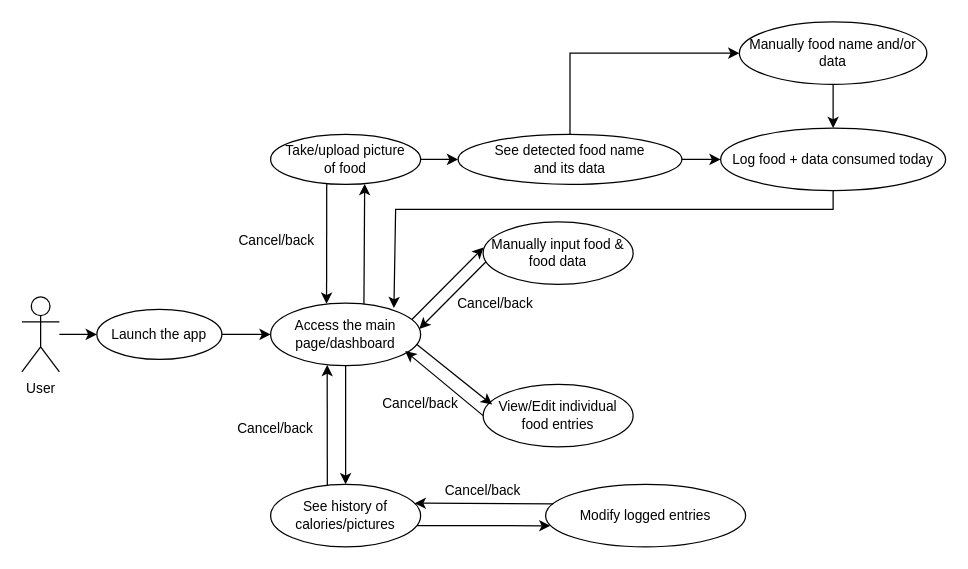
Before: Use Case Diagrams/v1.0/CV Calories v1.0.drawio in jonechong/calories-cv, a draw.io diagram. Source tidied: cells renumbered, new cells numbered last; positions are measured from the earlier drawing's top-left corner, leaving out a move shared by most shapes. Both pictures are drawn from the tidied source at 125%, with x=0, y=0 at pixel (21, 21).
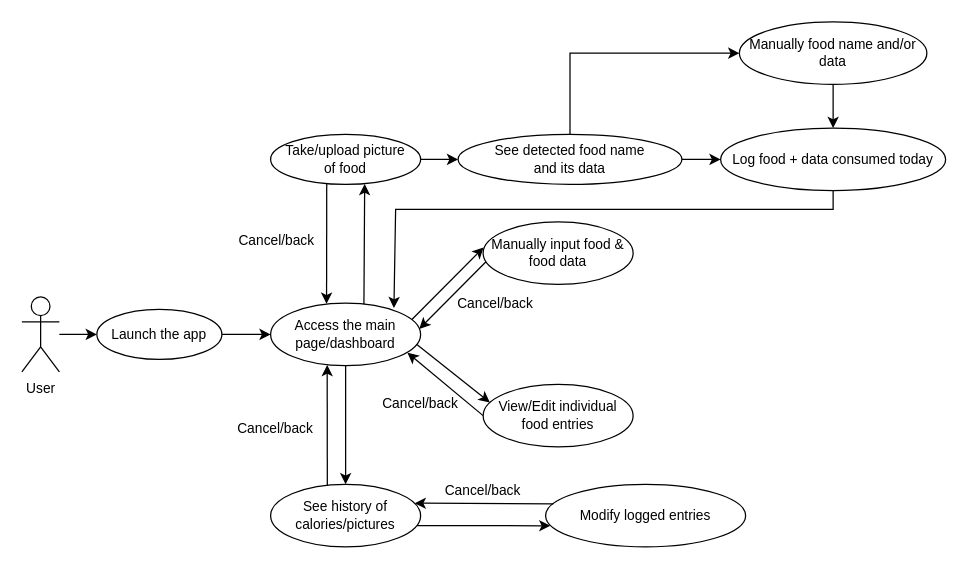
The same diagram, later.

The change refers to these unchanged cells:
```xml
<mxCell id="16" value="Access the main page/dashboard" style="ellipse;whiteSpace=wrap;html=1;fontSize=11;" parent="1" vertex="1">
  <mxGeometry x="199" y="225" width="120" height="50" as="geometry" />
</mxCell>
<mxCell id="30" value="View/Edit individual food entries" style="ellipse;whiteSpace=wrap;html=1;fontSize=11;" parent="1" vertex="1">
  <mxGeometry x="369" y="290" width="120" height="50" as="geometry" />
</mxCell>
```

Change to the diagram source:
```diff
@@
-    <mxCell id="31" style="endArrow=classic;html=1;rounded=0;exitX=0.975;exitY=0.661;exitDx=0;exitDy=0;exitPerimeter=0;entryX=0.06;entryY=0.324;entryDx=0;entryDy=0;entryPerimeter=0;" parent="1" edge="1" source="16" target="30">
+    <mxCell id="31" style="endArrow=classic;html=1;rounded=0;exitX=0.975;exitY=0.661;exitDx=0;exitDy=0;exitPerimeter=0;entryX=0.045;entryY=0.29;entryDx=0;entryDy=0;entryPerimeter=0;" parent="1" edge="1" source="16" target="30">
       <mxGeometry relative="1" as="geometry" />
     </mxCell>
-    <mxCell id="32" style="endArrow=classic;html=1;rounded=0;exitX=0;exitY=0.5;exitDx=0;exitDy=0;entryX=0.897;entryY=0.767;entryDx=0;entryDy=0;entryPerimeter=0;" parent="1" edge="1" source="30" target="16">
+    <mxCell id="32" style="endArrow=classic;html=1;rounded=0;exitX=0;exitY=0.5;exitDx=0;exitDy=0;entryX=0.912;entryY=0.793;entryDx=0;entryDy=0;entryPerimeter=0;" parent="1" edge="1" source="30" target="16">
       <mxGeometry relative="1" as="geometry" />
     </mxCell>
```
